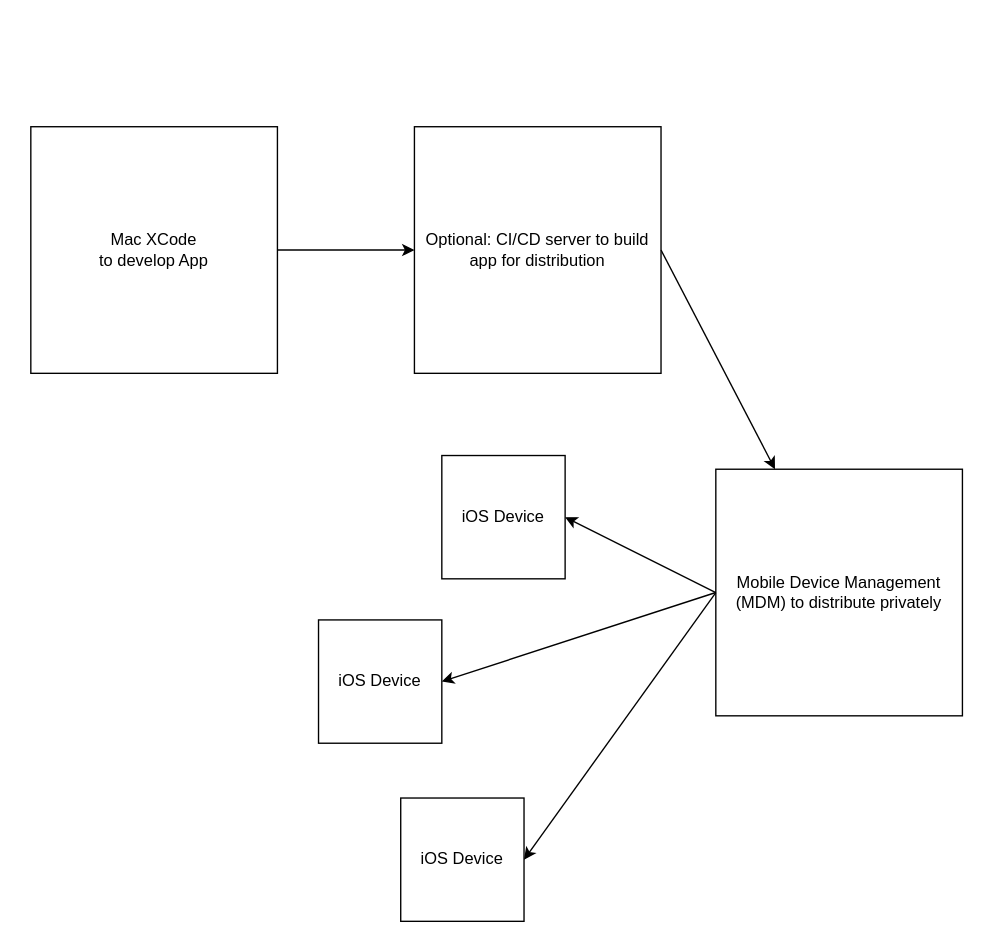
Earlier version of the draw.io diagram Untitled Diagram.drawio (archisgore/diagrams). Source tidied: cells renumbered, new cells numbered last; positions are measured from the earlier drawing's top-left corner, leaving out a move shared by most shapes. Both pictures are drawn from the tidied source at 137%, with x=0, y=0 at pixel (30, 126).
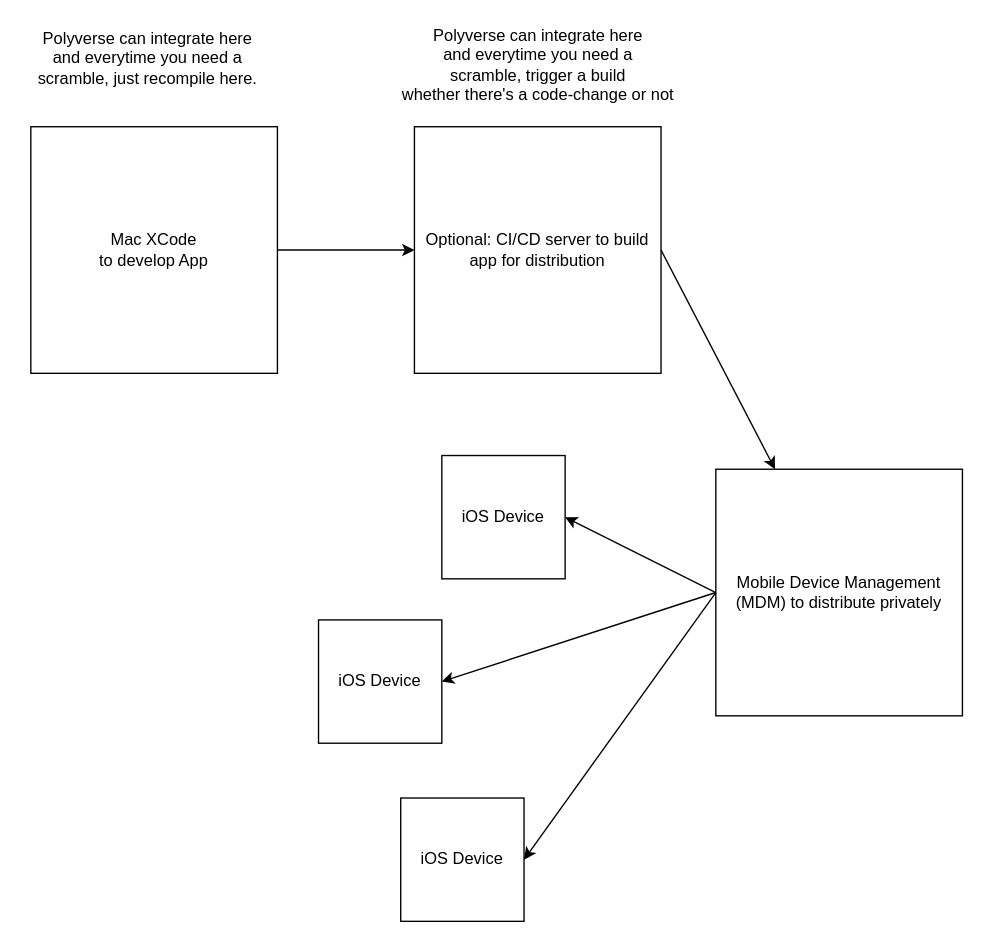
The same page after the edit.

Commit message:
iOS scenario explanation of integration

What changed in the source:
```diff
@@
 <mxGraphModel>
   <root>
     <mxCell id="0" />
     <mxCell id="1" parent="0" />
     <mxCell id="2" value="Mac XCode&lt;br&gt;&lt;div&gt;to develop App&lt;/div&gt;" style="whiteSpace=wrap;html=1;" parent="1" vertex="1">
       <mxGeometry width="180" height="180" as="geometry" />
     </mxCell>
     <mxCell id="3" value="Optional: CI/CD server to build app for distribution" style="whiteSpace=wrap;html=1;" parent="1" vertex="1">
       <mxGeometry x="280" width="180" height="180" as="geometry" />
     </mxCell>
     <mxCell id="4" style="endArrow=classic;html=1;exitX=1;exitY=0.5;exitDx=0;exitDy=0;entryX=0;entryY=0.5;entryDx=0;entryDy=0;" parent="1" edge="1" source="2" target="3">
       <mxGeometry relative="1" as="geometry" />
     </mxCell>
     <mxCell id="5" value="Mobile Device Management (MDM) to distribute privately" style="whiteSpace=wrap;html=1;" parent="1" vertex="1">
       <mxGeometry x="500" y="250" width="180" height="180" as="geometry" />
     </mxCell>
     <mxCell id="6" style="endArrow=classic;html=1;exitX=1;exitY=0.5;exitDx=0;exitDy=0;" parent="1" edge="1" source="3" target="5">
       <mxGeometry relative="1" as="geometry" />
     </mxCell>
     <mxCell id="7" value="iOS Device" style="whiteSpace=wrap;html=1;" parent="1" vertex="1">
       <mxGeometry x="300" y="240" width="90" height="90" as="geometry" />
     </mxCell>
     <mxCell id="8" value="iOS Device" style="whiteSpace=wrap;html=1;" parent="1" vertex="1">
       <mxGeometry x="210" y="360" width="90" height="90" as="geometry" />
     </mxCell>
     <mxCell id="9" value="iOS Device" style="whiteSpace=wrap;html=1;" parent="1" vertex="1">
       <mxGeometry x="270" y="490" width="90" height="90" as="geometry" />
     </mxCell>
     <mxCell id="10" style="endArrow=classic;html=1;exitX=0;exitY=0.5;exitDx=0;exitDy=0;entryX=1;entryY=0.5;entryDx=0;entryDy=0;" parent="1" edge="1" source="5" target="7">
       <mxGeometry relative="1" as="geometry" />
     </mxCell>
     <mxCell id="11" style="endArrow=classic;html=1;exitX=0;exitY=0.5;exitDx=0;exitDy=0;entryX=1;entryY=0.5;entryDx=0;entryDy=0;" parent="1" edge="1" source="5" target="8">
       <mxGeometry relative="1" as="geometry" />
     </mxCell>
     <mxCell id="12" style="endArrow=classic;html=1;exitX=0;exitY=0.5;exitDx=0;exitDy=0;entryX=1;entryY=0.5;entryDx=0;entryDy=0;" parent="1" edge="1" source="5" target="9">
       <mxGeometry relative="1" as="geometry" />
     </mxCell>
+    <mxCell id="13" value="&lt;div&gt;Polyverse can integrate here&lt;/div&gt;&lt;div&gt;and everytime you need a &lt;br&gt;&lt;/div&gt;&lt;div&gt;scramble, just recompile here.&lt;br&gt;&lt;/div&gt;" style="text;html=1;align=center;verticalAlign=middle;" parent="1" vertex="1">
+      <mxGeometry x="-5" y="-75" width="180" height="50" as="geometry" />
+    </mxCell>
+    <mxCell id="14" value="&lt;div&gt;Polyverse can integrate here&lt;/div&gt;&lt;div&gt;and everytime you need a&lt;/div&gt;&lt;div&gt;scramble, trigger a build&lt;/div&gt;&lt;div&gt;whether there's a code-change or not&lt;br&gt;&lt;/div&gt;" style="text;html=1;align=center;verticalAlign=middle;" parent="1" vertex="1">
+      <mxGeometry x="265" y="-75" width="210" height="60" as="geometry" />
+    </mxCell>
   </root>
 </mxGraphModel>
```
